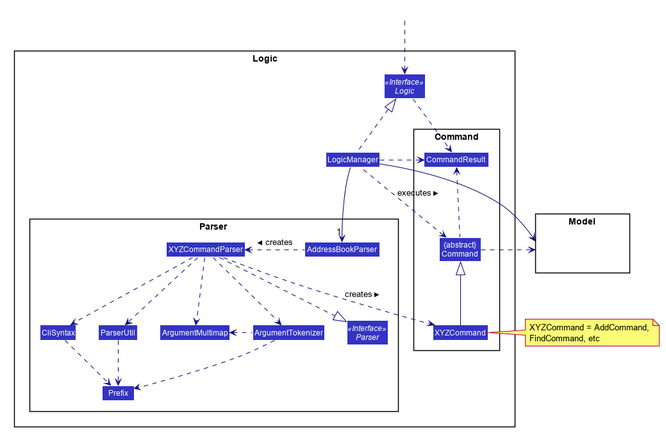
Above: docs/images/LogicClassDiagram.png in nus-cs2103-AY1920S2/addressbook-level3 (PlantUML), before the change.
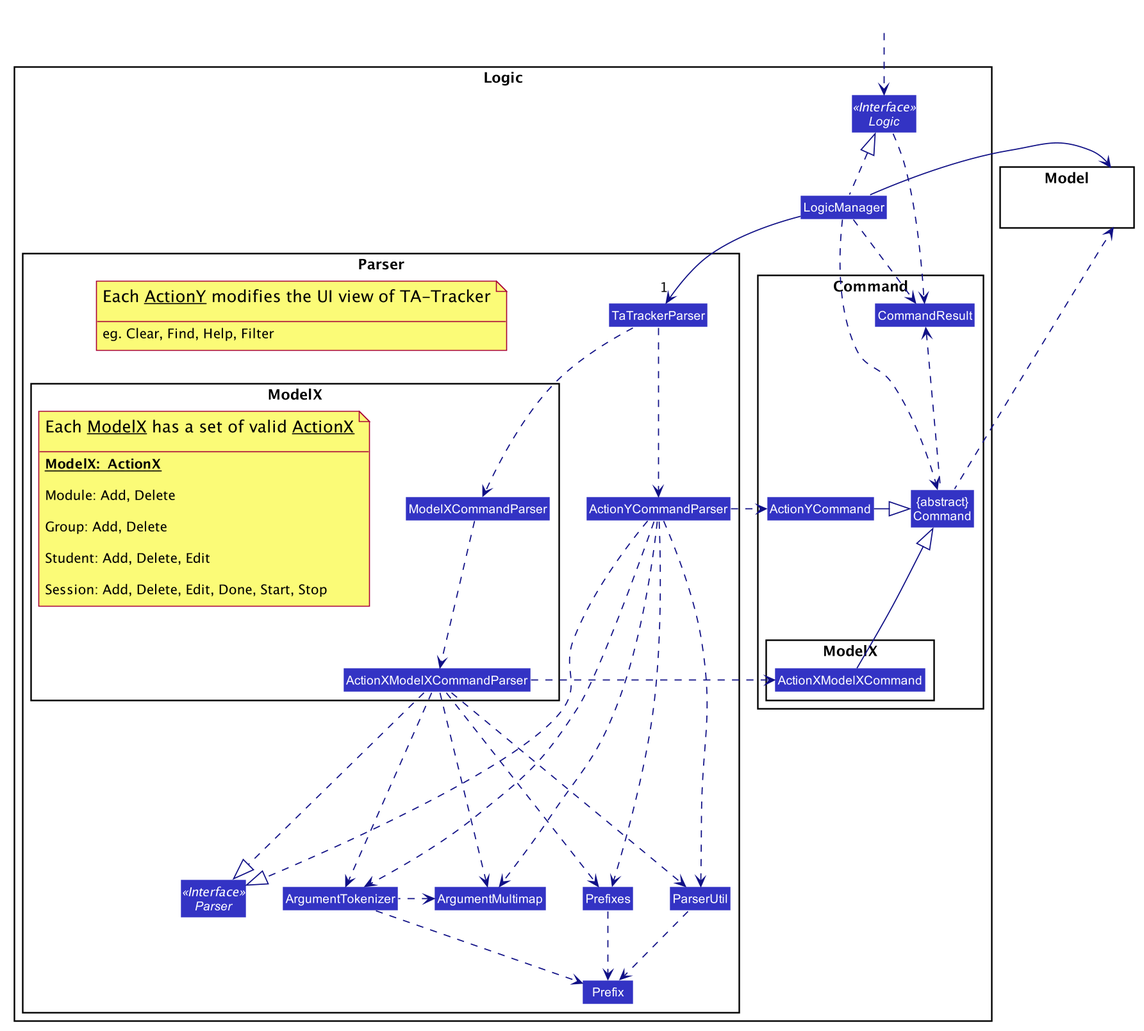
Above is the later version.

Commit message:
Update Logic class diagram

The edit, as a diff of the source:
```diff
@@ -51,59 +51,116 @@
 skinparam arrowColor #101086
 skinparam classBackgroundColor #3333C4
 
-package Logic {
-
-package Parser {
-Interface Parser <<Interface>>
-Class AddressBookParser
-Class XYZCommandParser
-Class CliSyntax
-Class ParserUtil
-Class ArgumentMultimap
-Class ArgumentTokenizer
-Class Prefix
+package Model {
+    Class HiddenModel #FFFFFF
 }
 
-package Command {
-Class XYZCommand
-Class CommandResult
-Class "{abstract}\nCommand" as Command
-}
+package Logic {
+    package Parser as ParserPkg {
 
-Interface Logic <<Interface>>
-Class LogicManager
-}
+        note as Note1
+        <size:16>Each <u>ActionY</u> modifies the UI view of TA-Tracker</size>
 
-package Model{
-Class HiddenModel #FFFFFF
+        ----
+        eg. Clear, Find, Help, Filter
+        end note
+
+        package ModelX as ModelParser {
+            Class ModelXCommandParser
+            Class ActionXModelXCommandParser
+            ModelXCommandParser .down.> ActionXModelXCommandParser
+
+            note as Note2
+            <size:16>Each <u>ModelX</u> has a set of valid <u>ActionX</u></size>
+
+            ----
+            <u><b>ModelX:  ActionX</b></u>
+
+            Module: Add, Delete
+
+            Group: Add, Delete
+
+            Student: Add, Delete, Edit
+
+            Session: Add, Delete, Edit, Done, Start, Stop
+            end note
+        }
+
+        Class ActionYCommandParser
+        Class TaTrackerParser
+
+        TaTrackerParser .down.> ModelXCommandParser
+
+
+        Class ArgumentMultimap
+        Class ArgumentTokenizer
+        Class Prefixes
+        Class ParserUtil
+        Interface Parser <<Interface>>
+        Class Prefix
+
+
+        Prefixes -right[hidden]- Parser
+
+        ActionXModelXCommandParser ..down..|> Parser
+        ActionXModelXCommandParser ..down..> ArgumentMultimap
+        ActionXModelXCommandParser ..down..> ArgumentTokenizer
+        ActionXModelXCommandParser ..down..> Prefixes
+        ActionXModelXCommandParser ..down..> ParserUtil
+
+        ActionYCommandParser .down.|> Parser
+        ActionYCommandParser .down.> ArgumentMultimap
+        ActionYCommandParser .down.> ArgumentTokenizer
+        ActionYCommandParser .down.> Prefixes
+        ActionYCommandParser .down.> ParserUtil
+
+        ArgumentMultimap <.left. ArgumentTokenizer
+
+        ArgumentTokenizer .down.> Prefix
+        ParserUtil .down.> Prefix
+        Prefixes .down.> Prefix
+
+    }
+
+    package Command as ModelCommand {
+        package ModelX {
+            Class ActionXModelXCommand
+        }
+
+        Class ActionYCommand
+
+        Class CommandResult
+        Class "{abstract}\nCommand" as Command
+
+        Command .up.> CommandResult
+        ActionXModelXCommand -up-|> Command
+
+        ActionYCommand -right-|> Command
+    }
+
+    Interface Logic <<Interface>>
+    Class LogicManager
+
+    Logic .down.> CommandResult
+
+    LogicManager .up.|> Logic
+    LogicManager -down-> "1" TaTrackerParser
+    LogicManager .down.> CommandResult
+    LogicManager .down.> Command
+
+    ActionYCommandParser <.right. TaTrackerParser
+
+    ActionXModelXCommandParser .right.> ActionXModelXCommand
+    ActionYCommandParser .right.> ActionYCommand
+
+    ModelXCommandParser .left[hidden].> ActionYCommandParser
+    ActionYCommandParser .left[hidden].> ActionXModelXCommand
 }
 
 Class HiddenOutside #FFFFFF
-HiddenOutside ..> Logic
+HiddenOutside .down.> Logic
 
-LogicManager .up.|> Logic
-LogicManager -->"1" AddressBookParser
-AddressBookParser .left.> XYZCommandParser: creates >
+Model <-left- LogicManager
+Model <.left. Command
 
-XYZCommandParser ..> XYZCommand : creates >
-XYZCommandParser ..|> Parser
-XYZCommandParser ..> ArgumentMultimap
-XYZCommandParser ..> ArgumentTokenizer
-ArgumentTokenizer .left.> ArgumentMultimap
-XYZCommandParser ..> CliSyntax
-CliSyntax ..> Prefix
-XYZCommandParser ..> ParserUtil
-ParserUtil .down.> Prefix
-ArgumentTokenizer .down.> Prefix
-XYZCommand -up-|> Command
-LogicManager .left.> Command : executes >
-
-LogicManager --> Model
-Command .right.> Model
-note right of XYZCommand: XYZCommand = AddCommand, \nFindCommand, etc
-
-Logic ..> CommandResult
-LogicManager .down.> CommandResult
-Command .up.> CommandResult
-CommandResult -[hidden]-> Parser
 @enduml
```
